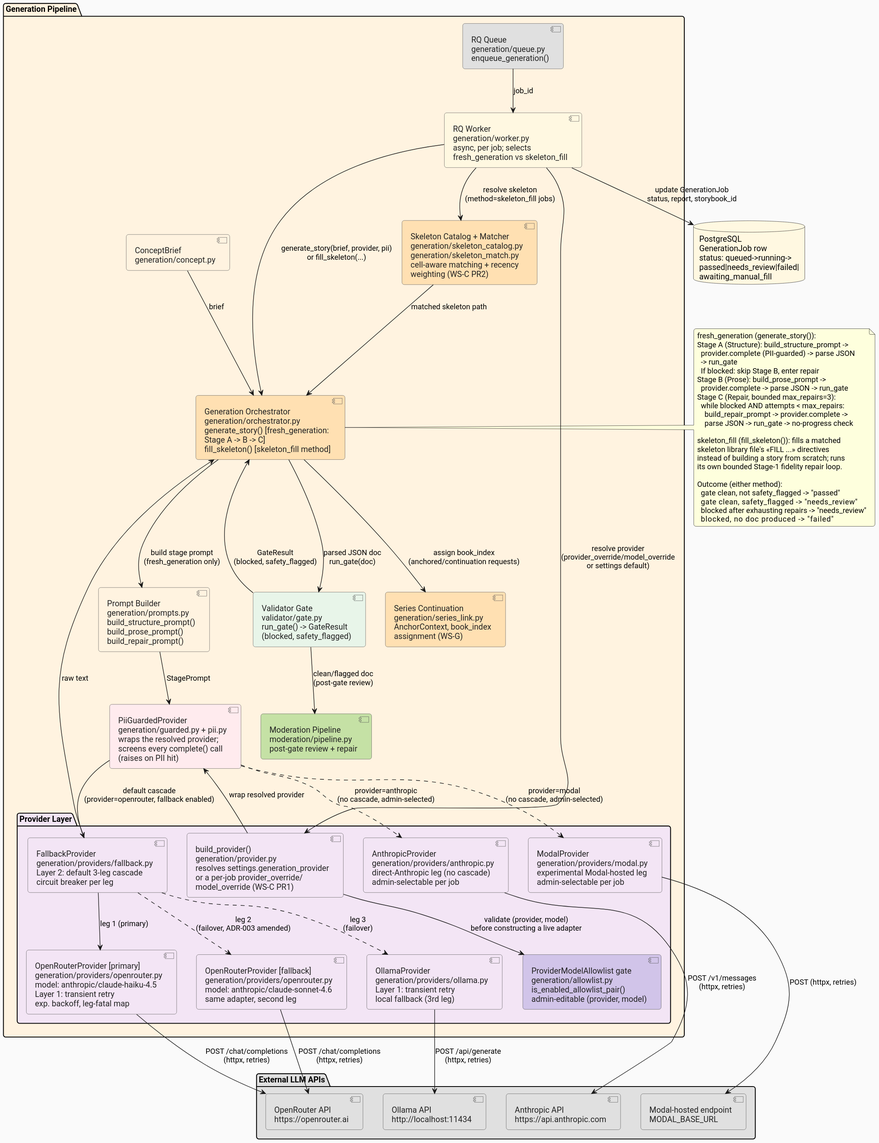
The PlantUML diagram docs/architecture/diagrams/component-generation.svg in ByronWilliamsCPA/cyo-adventure, before a commit.
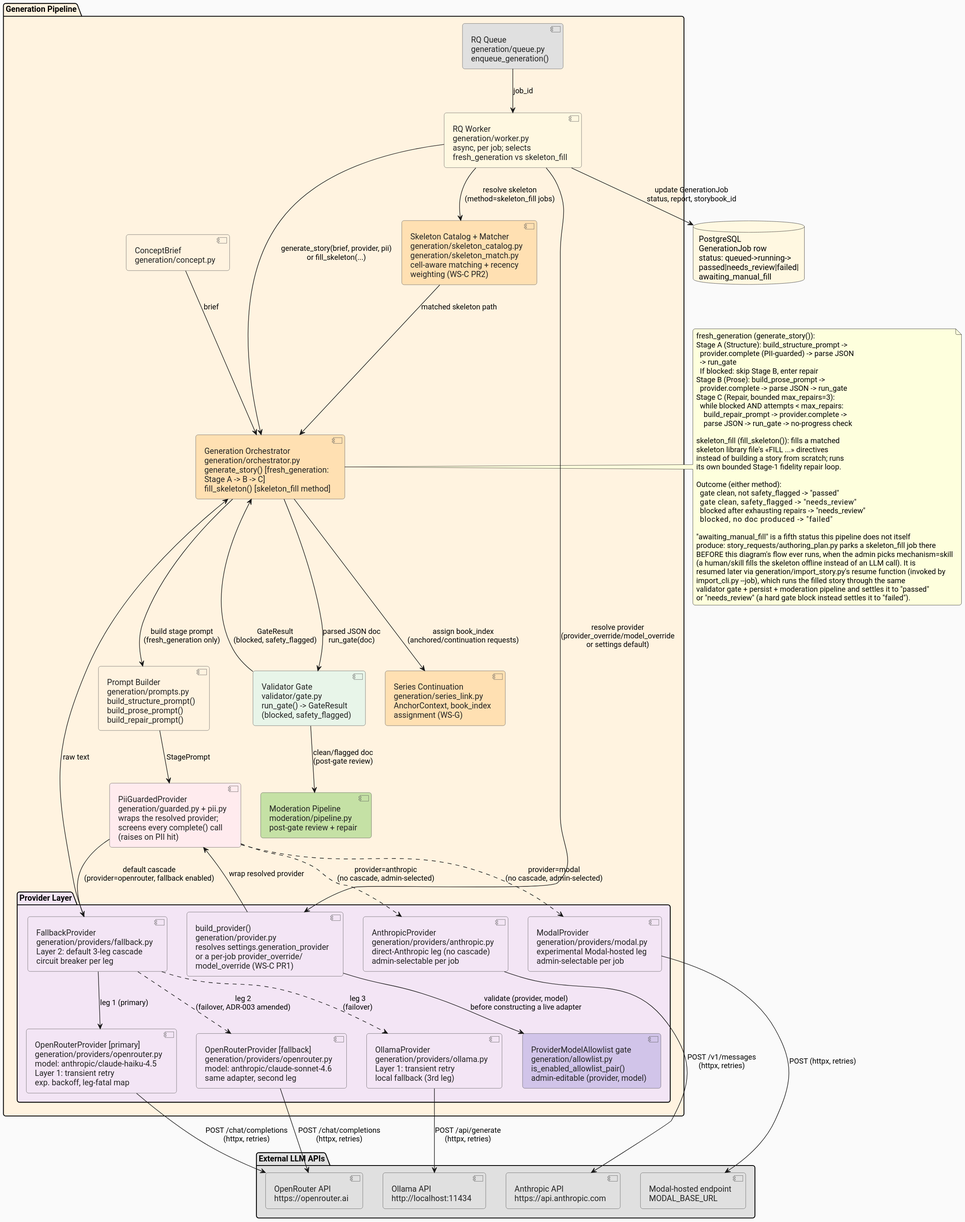
After the change.

Diff of the diagram source:
```diff
@@ -109,6 +109,15 @@
     gate clean, safety_flagged       -> "needs_review"
     blocked after exhausting repairs -> "needs_review"
     blocked, no doc produced         -> "failed"
+
+  "awaiting_manual_fill" is a fifth status this pipeline does not itself
+  produce: story_requests/authoring_plan.py parks a skeleton_fill job there
+  BEFORE this diagram's flow ever runs, when the admin picks mechanism=skill
+  (a human/skill fills the skeleton offline instead of an LLM call). It is
+  resumed later via generation/import_story.py's resume function (invoked by
+  import_cli.py --job), which runs the filled story through the same
+  validator gate + persist + moderation pipeline and settles it to "passed"
+  or "needs_review" (a hard gate block instead settles it to "failed").
 end note
 
 queue --> worker_comp : "job_id"
```
